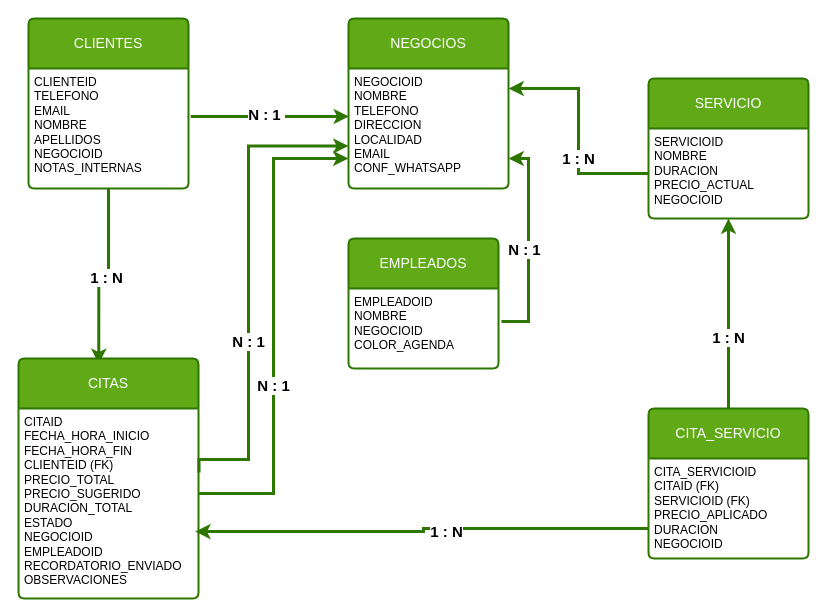
Above: Diagrama sin título.drawio in malbaaparicio/GestionCitasApi (draw.io), before the change. Source tidied: cells renumbered, new cells numbered last; positions are measured from the earlier drawing's top-left corner, leaving out a move shared by most shapes. Both pictures are drawn from the tidied source at 100%, with x=0, y=0 at pixel (18, 18).
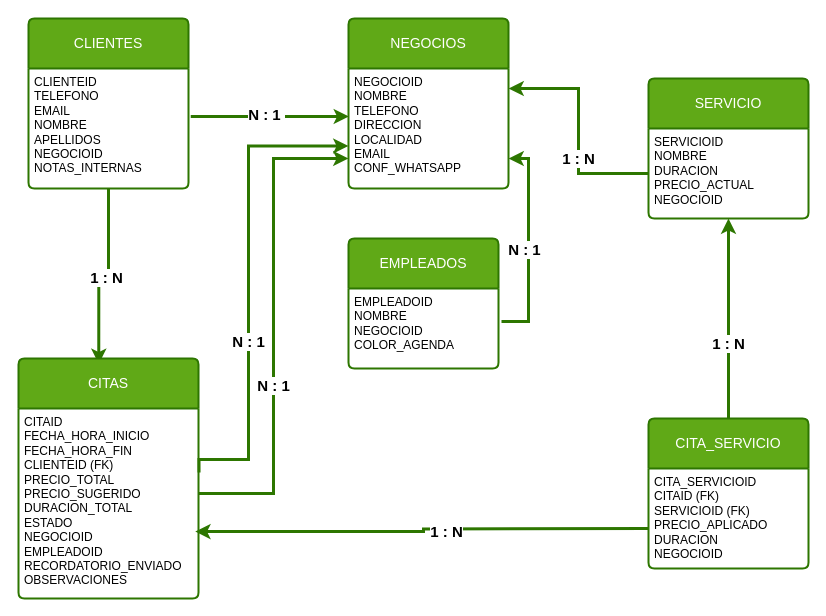
Above is the later version.

The change refers to these unchanged cells:
```xml
<mxCell id="9" value="&lt;div&gt;CITAID&lt;/div&gt;FECHA_HORA_INICIO&lt;div&gt;FECHA_HORA_FIN&lt;br&gt;&lt;div&gt;&lt;span style=&quot;background-color: transparent; color: light-dark(rgb(0, 0, 0), rgb(255, 255, 255));&quot;&gt;CLIENTEID (FK)&lt;/span&gt;&lt;/div&gt;&lt;div&gt;PRECIO_TOTAL&lt;/div&gt;&lt;div&gt;PRECIO_SUGERIDO&lt;/div&gt;&lt;div&gt;DURACION_TOTAL&lt;/div&gt;&lt;div&gt;ESTADO&lt;/div&gt;&lt;div&gt;NEGOCIOID&lt;/div&gt;&lt;div&gt;EMPLEADOID&lt;/div&gt;&lt;div&gt;RECORDATORIO_ENVIADO&lt;br&gt;&lt;div&gt;OBSERVACIONES&lt;/div&gt;&lt;/div&gt;&lt;/div&gt;" style="align=left;strokeColor=none;fillColor=none;spacingLeft=4;spacingRight=4;fontSize=12;verticalAlign=top;html=1;whiteSpace=wrap;" parent="8" vertex="1">
  <mxGeometry y="50" width="180" height="190" as="geometry" />
</mxCell>
<mxCell id="15" value="&lt;div&gt;CITA_SERVICIOID&lt;/div&gt;CITAID (FK)&lt;br&gt;&lt;div&gt;SERVICIOID (FK)&lt;/div&gt;&lt;div&gt;PRECIO_APLICADO&lt;/div&gt;&lt;div&gt;DURACION&lt;/div&gt;&lt;div&gt;NEGOCIOID&lt;/div&gt;" style="align=left;strokeColor=none;fillColor=none;spacingLeft=4;spacingRight=4;fontSize=12;verticalAlign=top;html=1;whiteSpace=wrap;" parent="14" vertex="1">
  <mxGeometry y="50" width="160" height="100" as="geometry" />
</mxCell>
```

The edit, as a diff of the source:
```diff
@@
-    <mxCell id="10" style="edgeStyle=orthogonalEdgeStyle;rounded=0;jettySize=auto;html=1;entryX=0.982;entryY=0.648;entryDx=0;entryDy=0;strokeWidth=3;fillColor=#60a917;strokeColor=#2D7600;entryPerimeter=0;exitX=0;exitY=0.7;exitDx=0;exitDy=0;exitPerimeter=0;" parent="1" edge="1" source="15" target="9">
-      <mxGeometry relative="1" as="geometry" />
+    <mxCell id="10" style="edgeStyle=orthogonalEdgeStyle;rounded=0;jettySize=auto;html=1;entryX=0.982;entryY=0.648;entryDx=0;entryDy=0;strokeWidth=3;fillColor=#60a917;strokeColor=#2D7600;entryPerimeter=0;" parent="1" edge="1" target="9">
+      <mxGeometry relative="1" as="geometry">
+        <mxPoint x="630" y="510" as="sourcePoint" />
+      </mxGeometry>
     </mxCell>
@@
     <mxCell id="14" value="CITA_SERVICIO" style="swimlane;horizontal=1;startSize=50;rounded=1;fontSize=14;fontStyle=0;strokeWidth=2;shadow=0;dashed=0;align=center;arcSize=4;whiteSpace=wrap;html=1;fillColor=#60a917;fontColor=#ffffff;strokeColor=#2D7600;" parent="1" vertex="1">
-      <mxGeometry x="630" y="390" width="160" height="150" as="geometry" />
+      <mxGeometry x="630" y="400" width="160" height="150" as="geometry" />
     </mxCell>
```
